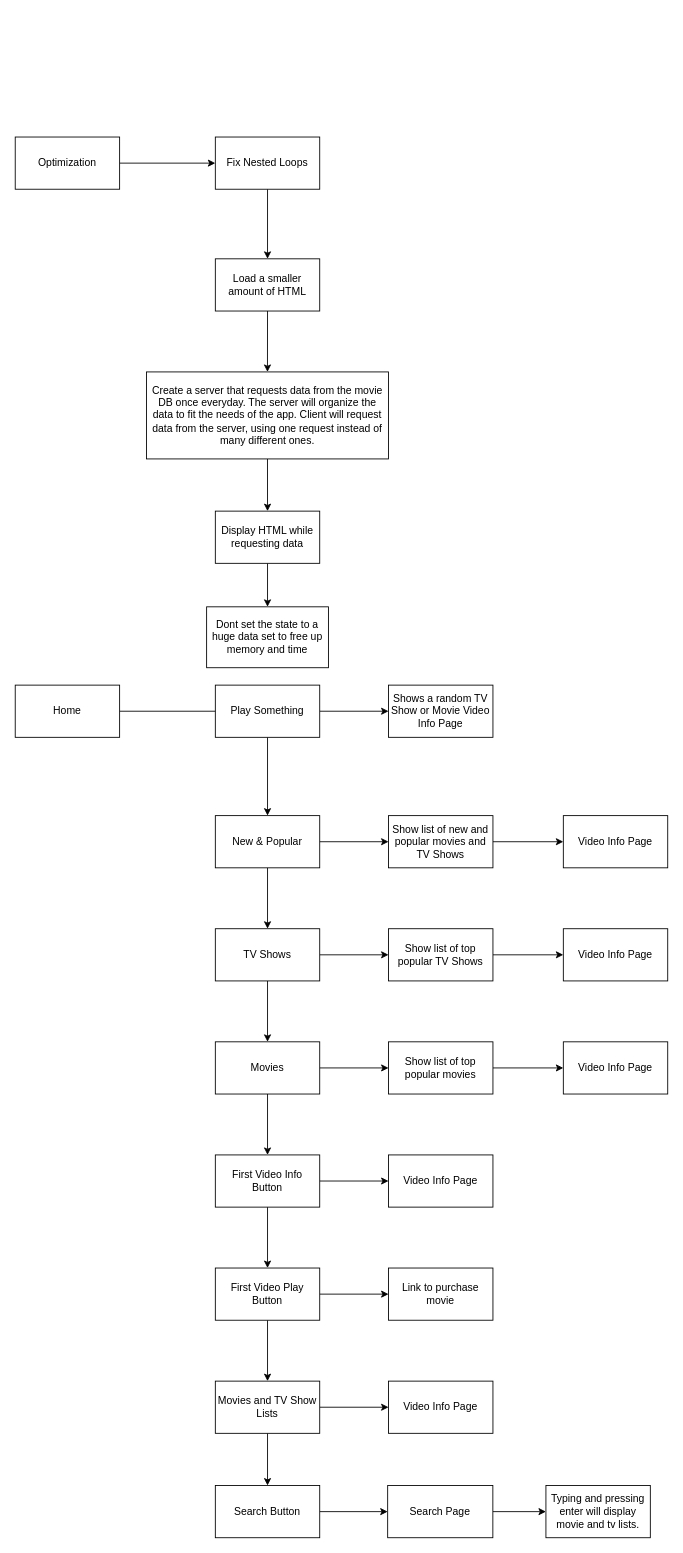
This is Architecture.drawio from bryanjug/netflix-clone, a draw.io file, before an edit. Source tidied: cells renumbered, new cells numbered last; positions are measured from the earlier drawing's top-left corner, leaving out a move shared by most shapes. Both pictures are drawn from the tidied source at 87%, with x=0, y=0 at pixel (15, 137).
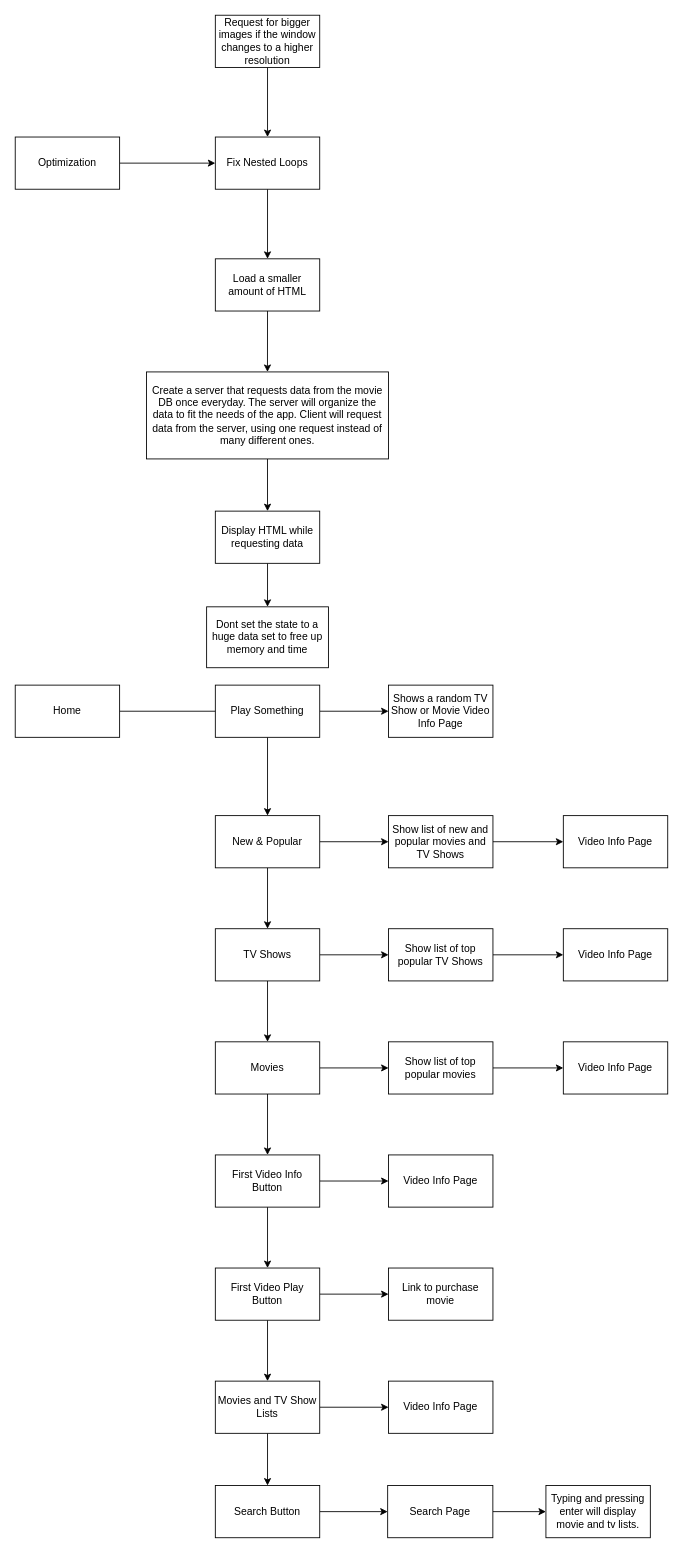
Above is the later version.

Unchanged cells that the change refers to:
```xml
<mxCell id="5" value="Fix Nested Loops" style="whiteSpace=wrap;html=1;" parent="1" vertex="1">
  <mxGeometry x="230" width="120" height="60" as="geometry" />
</mxCell>
```

Change to the diagram source:
```diff
@@
+    <mxCell id="54" style="edgeStyle=none;html=1;entryX=0.5;entryY=0;entryDx=0;entryDy=0;" parent="1" edge="1" source="55" target="5">
+      <mxGeometry relative="1" as="geometry" />
+    </mxCell>
+    <mxCell id="55" value="Request for bigger images if the window changes to a higher resolution" style="whiteSpace=wrap;html=1;" parent="1" vertex="1">
+      <mxGeometry x="230" y="-140" width="120" height="60" as="geometry" />
+    </mxCell>
```
